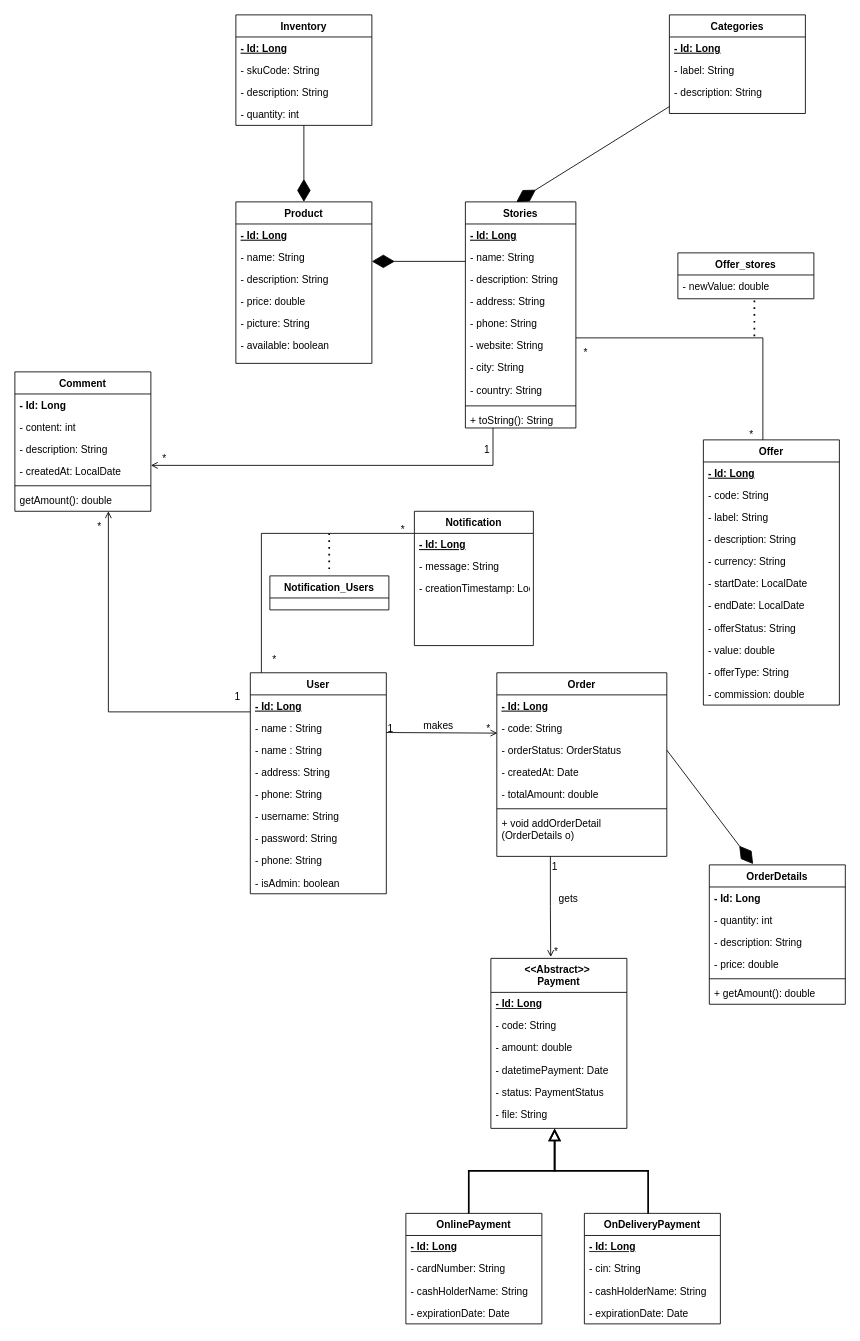
Before: circuit_store.drawio in amine-elarass49/angular_doc, a draw.io diagram. Source tidied: cells renumbered, new cells numbered last; positions are measured from the earlier drawing's top-left corner, leaving out a move shared by most shapes. Both pictures are drawn from the tidied source at 85%, with x=0, y=0 at pixel (14, 14).
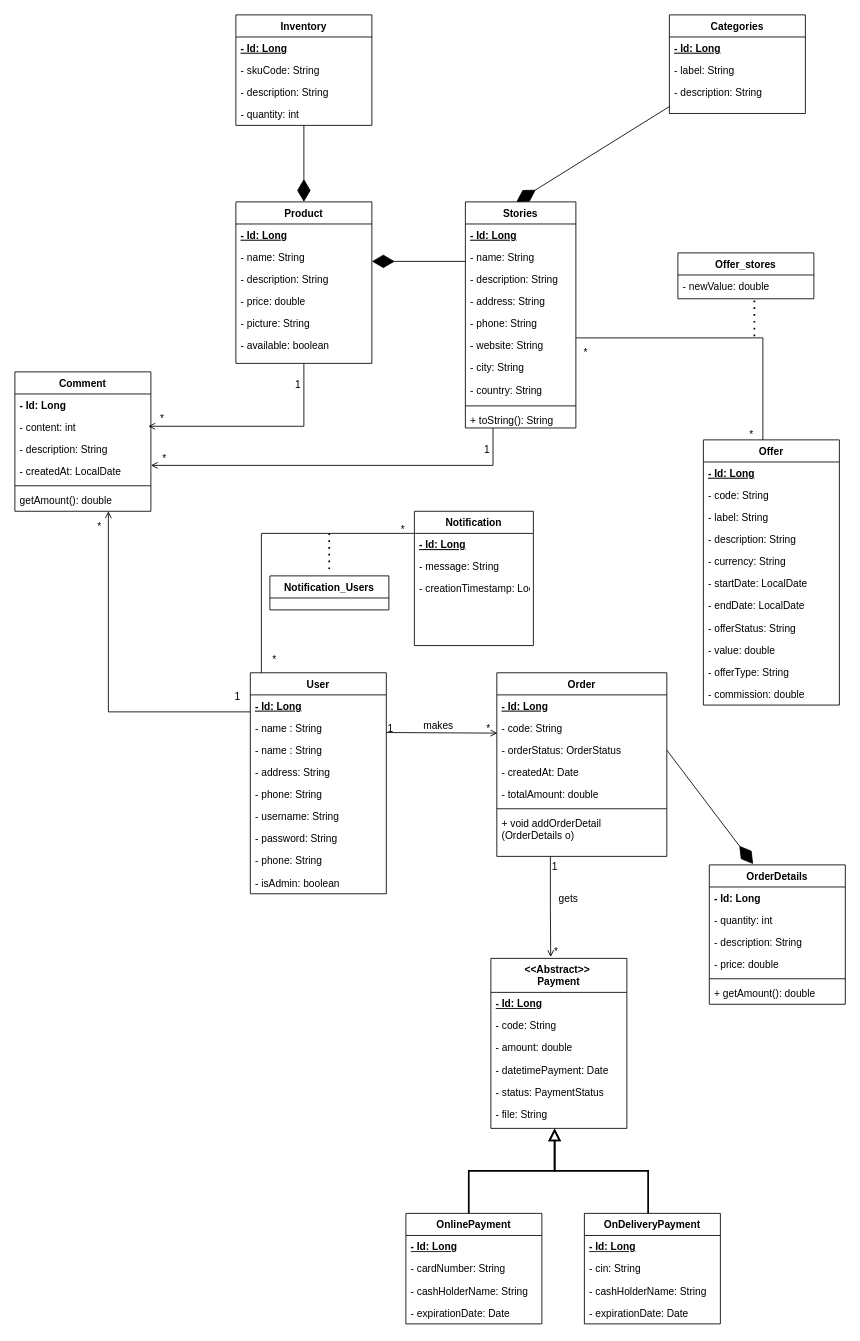
Above is the later version.

Unchanged cells that the change refers to:
```xml
<mxCell id="13" value="Product" style="swimlane;fontStyle=1;align=center;verticalAlign=top;horizontal=1;startSize=26;rounded=0;shadow=0;strokeWidth=1;" parent="1" vertex="1">
  <mxGeometry x="260" y="220" width="160" height="190" as="geometry" />
</mxCell>
```

Diff of the diagram source:
```diff
@@
+    <mxCell id="125" style="endArrow=open;shadow=0;strokeWidth=1;rounded=0;curved=0;endFill=1;edgeStyle=elbowEdgeStyle;elbow=vertical;" parent="1" edge="1" source="13">
+      <mxGeometry x="0.5" y="41" relative="1" as="geometry">
+        <mxPoint x="157" y="484" as="targetPoint" />
+        <Array as="points">
+          <mxPoint x="557" y="484" />
+        </Array>
+        <mxPoint x="-40" y="32" as="offset" />
+      </mxGeometry>
+    </mxCell>
+    <mxCell id="126" value="1" style="align=left;verticalAlign=bottom;labelBackgroundColor=none;fontSize=12;" parent="125" vertex="1">
+      <mxGeometry x="-1" relative="1" as="geometry">
+        <mxPoint x="-12" y="34" as="offset" />
+      </mxGeometry>
+    </mxCell>
+    <mxCell id="127" value="*" style="align=right;verticalAlign=bottom;labelBackgroundColor=none;fontSize=12;" parent="125" vertex="1">
+      <mxGeometry x="1" relative="1" as="geometry">
+        <mxPoint x="20" as="offset" />
+      </mxGeometry>
+    </mxCell>
```
